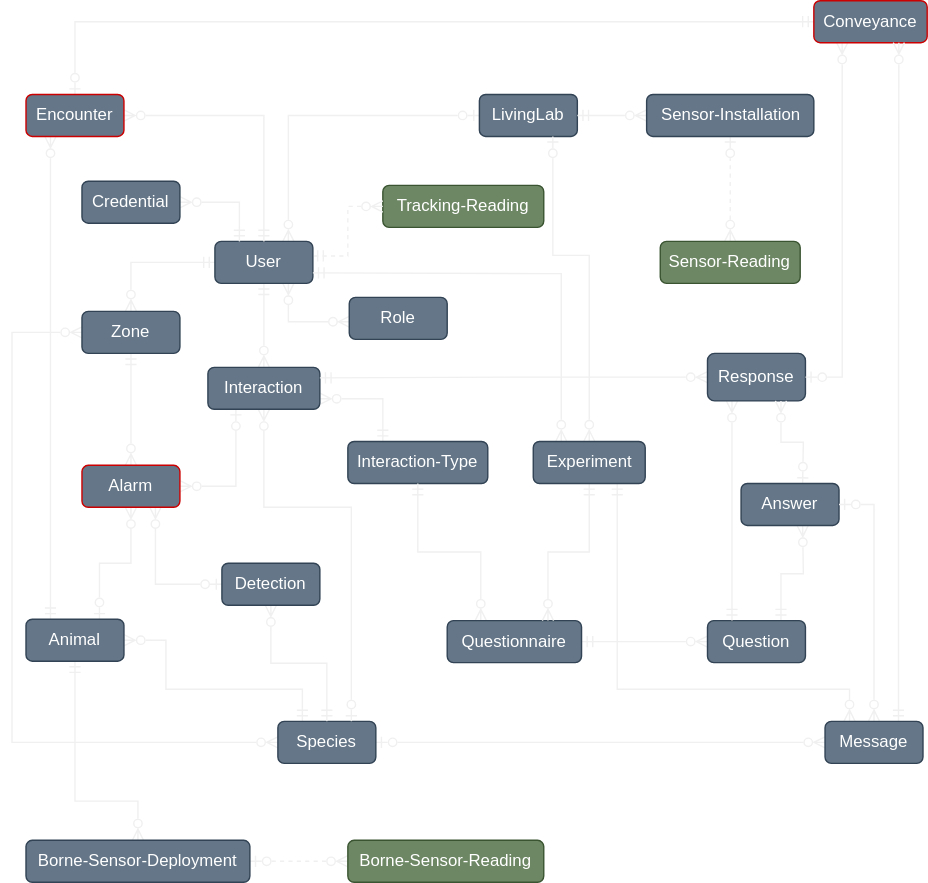
Earlier version of the draw.io export EntityRelationDiagram.svg (UtrechtUniversity/wildlifenl). Source tidied: cells renumbered, new cells last; positions are measured from the earlier drawing's top-left corner, leaving out a move shared by most shapes.
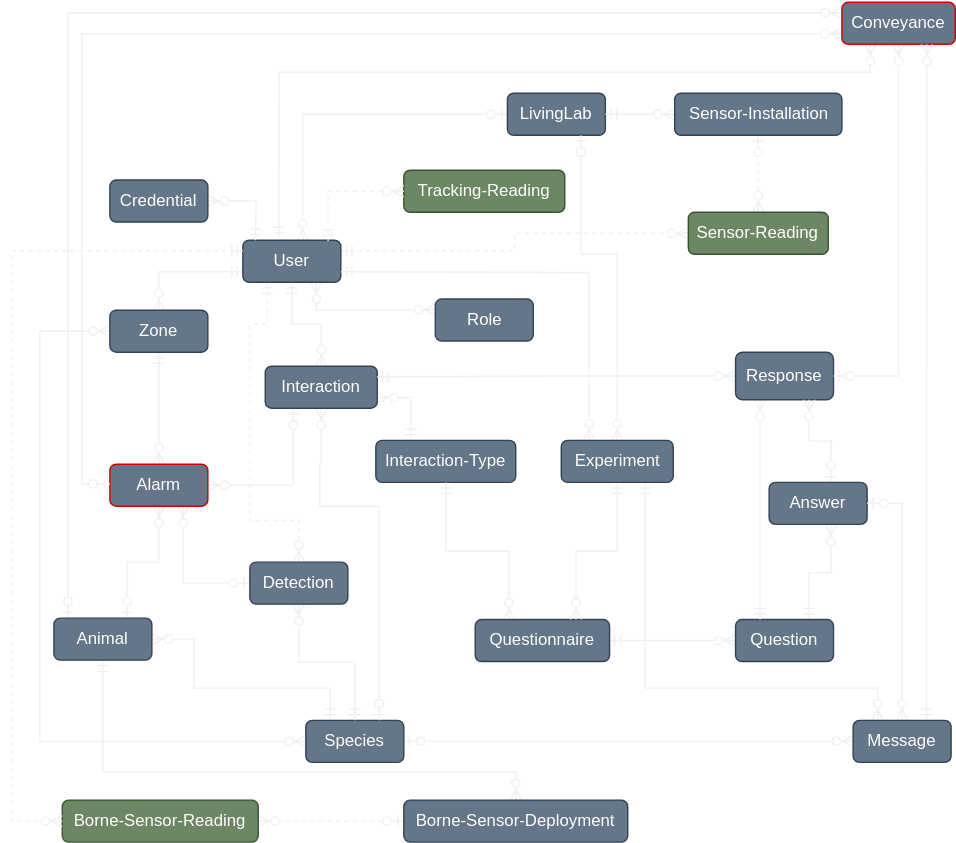
Later version of the same file.

Change to the diagram source:
```diff
@@ -2,23 +2,31 @@
   <root>
     <mxCell id="0" />
     <mxCell id="1" parent="0" />
-    <mxCell id="2" style="edgeStyle=orthogonalEdgeStyle;rounded=0;jettySize=auto;html=1;entryX=0.005;entryY=0.581;entryDx=0;entryDy=0;startArrow=ERzeroToMany;startFill=0;endArrow=ERzeroToMany;endFill=0;exitX=0.75;exitY=1;exitDx=0;exitDy=0;entryPerimeter=0;" parent="1" edge="1" source="6" target="7">
-      <mxGeometry relative="1" as="geometry" />
+    <mxCell id="2" style="edgeStyle=orthogonalEdgeStyle;rounded=0;jettySize=auto;html=1;startArrow=ERzeroToMany;startFill=0;endArrow=ERzeroToMany;endFill=0;exitX=0.75;exitY=1;exitDx=0;exitDy=0;entryX=0;entryY=0.25;entryDx=0;entryDy=0;" parent="1" edge="1" source="6" target="7">
+      <mxGeometry relative="1" as="geometry">
+        <Array as="points">
+          <mxPoint x="198" y="222" />
+          <mxPoint x="250" y="222" />
+        </Array>
+      </mxGeometry>
     </mxCell>
-    <mxCell id="3" style="edgeStyle=orthogonalEdgeStyle;rounded=0;jettySize=auto;html=1;entryX=0.5;entryY=0;entryDx=0;entryDy=0;endArrow=ERzeroToMany;endFill=0;startArrow=ERmandOne;startFill=0;" parent="1" edge="1" source="6" target="10">
+    <mxCell id="3" style="edgeStyle=orthogonalEdgeStyle;rounded=0;jettySize=auto;html=1;entryX=0.5;entryY=0;entryDx=0;entryDy=0;endArrow=ERzeroToMany;endFill=0;startArrow=ERmandOne;startFill=0;exitX=0;exitY=0.75;exitDx=0;exitDy=0;" parent="1" edge="1" source="6" target="10">
       <mxGeometry relative="1" as="geometry" />
     </mxCell>
     <mxCell id="4" style="edgeStyle=orthogonalEdgeStyle;rounded=0;jettySize=auto;html=1;entryX=0.5;entryY=0;entryDx=0;entryDy=0;endArrow=ERzeroToMany;endFill=0;startArrow=ERmandOne;startFill=0;" parent="1" edge="1" source="6" target="26">
       <mxGeometry relative="1" as="geometry" />
     </mxCell>
-    <mxCell id="5" style="edgeStyle=orthogonalEdgeStyle;rounded=0;jettySize=auto;html=1;entryX=0;entryY=0.5;entryDx=0;entryDy=0;exitX=0.75;exitY=0;exitDx=0;exitDy=0;endArrow=ERzeroToOne;endFill=0;startArrow=ERzeroToMany;startFill=0;" parent="1" edge="1" source="6" target="11">
+    <mxCell id="5" style="edgeStyle=orthogonalEdgeStyle;rounded=0;jettySize=auto;html=1;entryX=0;entryY=0.5;entryDx=0;entryDy=0;exitX=0.61;exitY=0.004;exitDx=0;exitDy=0;endArrow=ERzeroToOne;endFill=0;startArrow=ERzeroToMany;startFill=0;exitPerimeter=0;" parent="1" edge="1" source="6" target="11">
       <mxGeometry relative="1" as="geometry" />
     </mxCell>
+    <mxCell id="62" style="edgeStyle=orthogonalEdgeStyle;rounded=0;jettySize=auto;html=1;entryX=0;entryY=0.5;entryDx=0;entryDy=0;endArrow=ERzeroToMany;endFill=0;startArrow=ERmandOne;startFill=0;dashed=1;exitX=1;exitY=0.25;exitDx=0;exitDy=0;" parent="1" edge="1" source="6" target="33">
+      <mxGeometry relative="1" as="geometry" />
+    </mxCell>
     <mxCell id="6" value="User" style="rounded=1;whiteSpace=wrap;html=1;fillColor=#647687;fontColor=#ffffff;strokeColor=#314354;" parent="1" vertex="1">
       <mxGeometry x="145" y="172" width="70" height="30" as="geometry" />
     </mxCell>
     <mxCell id="7" value="Role" style="rounded=1;whiteSpace=wrap;html=1;fillColor=#647687;fontColor=#ffffff;strokeColor=#314354;" parent="1" vertex="1">
-      <mxGeometry x="241" y="212" width="70" height="30" as="geometry" />
+      <mxGeometry x="282.5" y="214" width="70" height="30" as="geometry" />
     </mxCell>
     <mxCell id="8" style="edgeStyle=orthogonalEdgeStyle;rounded=0;jettySize=auto;html=1;entryX=0.5;entryY=0;entryDx=0;entryDy=0;endArrow=ERzeroToMany;endFill=0;startArrow=ERmandOne;startFill=0;" parent="1" edge="1" source="10" target="15">
       <mxGeometry relative="1" as="geometry" />
@@ -58,25 +66,29 @@
         </Array>
       </mxGeometry>
     </mxCell>
-    <mxCell id="17" style="edgeStyle=orthogonalEdgeStyle;rounded=0;jettySize=auto;html=1;entryX=0;entryY=0.5;entryDx=0;entryDy=0;endArrow=ERzeroToMany;endFill=0;startArrow=ERzeroToOne;startFill=0;exitX=1;exitY=0.5;exitDx=0;exitDy=0;dashed=1;" parent="1" edge="1" source="50" target="21">
+    <mxCell id="17" style="edgeStyle=orthogonalEdgeStyle;rounded=0;jettySize=auto;html=1;entryX=1;entryY=0.5;entryDx=0;entryDy=0;endArrow=ERzeroToMany;endFill=0;startArrow=ERzeroToOne;startFill=0;exitX=0;exitY=0.5;exitDx=0;exitDy=0;dashed=1;" parent="1" edge="1" source="50" target="21">
       <mxGeometry relative="1" as="geometry" />
     </mxCell>
-    <mxCell id="18" style="edgeStyle=orthogonalEdgeStyle;rounded=0;jettySize=auto;html=1;entryX=0.5;entryY=0;entryDx=0;entryDy=0;startArrow=ERmandOne;startFill=0;endArrow=ERzeroToMany;endFill=0;" parent="1" edge="1" source="20" target="50">
+    <mxCell id="18" style="edgeStyle=orthogonalEdgeStyle;rounded=0;jettySize=auto;html=1;startArrow=ERmandOne;startFill=0;endArrow=ERzeroToMany;endFill=0;entryX=0.5;entryY=0;entryDx=0;entryDy=0;" parent="1" edge="1" source="20" target="50">
       <mxGeometry relative="1" as="geometry">
         <Array as="points">
-          <mxPoint x="45" y="572" />
-          <mxPoint x="90" y="572" />
+          <mxPoint x="45" y="552" />
+          <mxPoint x="340" y="552" />
         </Array>
       </mxGeometry>
     </mxCell>
-    <mxCell id="19" style="edgeStyle=orthogonalEdgeStyle;rounded=0;jettySize=auto;html=1;entryX=0.25;entryY=1;entryDx=0;entryDy=0;exitX=0.25;exitY=0;exitDx=0;exitDy=0;endArrow=ERzeroToMany;endFill=0;startArrow=ERmandOne;startFill=0;" parent="1" edge="1" source="20" target="43">
-      <mxGeometry relative="1" as="geometry" />
-    </mxCell>
+    <mxCell id="63" style="edgeStyle=orthogonalEdgeStyle;rounded=0;jettySize=auto;html=1;entryX=0;entryY=0.25;entryDx=0;entryDy=0;endArrow=ERzeroToMany;endFill=0;startArrow=ERzeroToOne;startFill=0;" parent="1" edge="1" source="20" target="45">
+      <mxGeometry relative="1" as="geometry">
+        <Array as="points">
+          <mxPoint x="20" y="10" />
+        </Array>
+      </mxGeometry>
+    </mxCell>
     <mxCell id="20" value="Animal" style="rounded=1;whiteSpace=wrap;html=1;fillColor=#647687;fontColor=#ffffff;strokeColor=#314354;" parent="1" vertex="1">
       <mxGeometry x="10" y="442" width="70" height="30" as="geometry" />
     </mxCell>
     <mxCell id="21" value="Borne-Sensor-Reading" style="rounded=1;whiteSpace=wrap;html=1;fillColor=#6d8764;strokeColor=#3A5431;fontColor=#ffffff;" parent="1" vertex="1">
-      <mxGeometry x="240" y="600" width="140" height="30" as="geometry" />
+      <mxGeometry x="16" y="572" width="140" height="30" as="geometry" />
     </mxCell>
     <mxCell id="22" style="edgeStyle=orthogonalEdgeStyle;rounded=0;jettySize=auto;html=1;entryX=0;entryY=0.5;entryDx=0;entryDy=0;endArrow=ERzeroToMany;endFill=0;startArrow=ERzeroToOne;startFill=0;" parent="1" edge="1" source="23" target="49">
       <mxGeometry relative="1" as="geometry" />
@@ -84,10 +96,12 @@
     <mxCell id="23" value="Species" style="rounded=1;whiteSpace=wrap;html=1;fillColor=#647687;fontColor=#ffffff;strokeColor=#314354;" parent="1" vertex="1">
       <mxGeometry x="190" y="515" width="70" height="30" as="geometry" />
     </mxCell>
-    <mxCell id="24" style="edgeStyle=orthogonalEdgeStyle;rounded=0;jettySize=auto;html=1;entryX=0.75;entryY=0;entryDx=0;entryDy=0;endArrow=ERzeroToOne;endFill=0;startArrow=ERzeroToMany;startFill=0;" parent="1" edge="1" source="26" target="23">
+    <mxCell id="24" style="edgeStyle=orthogonalEdgeStyle;rounded=0;jettySize=auto;html=1;entryX=0.75;entryY=0;entryDx=0;entryDy=0;endArrow=ERzeroToOne;endFill=0;startArrow=ERzeroToMany;startFill=0;exitX=0.5;exitY=1;exitDx=0;exitDy=0;" parent="1" edge="1" source="26" target="23">
       <mxGeometry relative="1" as="geometry">
         <Array as="points">
-          <mxPoint x="180" y="362" />
+          <mxPoint x="201" y="332" />
+          <mxPoint x="200" y="332" />
+          <mxPoint x="200" y="362" />
           <mxPoint x="243" y="362" />
         </Array>
       </mxGeometry>
@@ -96,7 +110,7 @@
       <mxGeometry relative="1" as="geometry" />
     </mxCell>
     <mxCell id="26" value="Interaction" style="rounded=1;whiteSpace=wrap;html=1;fillColor=#647687;fontColor=#ffffff;strokeColor=#314354;" parent="1" vertex="1">
-      <mxGeometry x="140" y="262" width="80" height="30" as="geometry" />
+      <mxGeometry x="161" y="262" width="80" height="30" as="geometry" />
     </mxCell>
     <mxCell id="27" value="Interaction-Type" style="rounded=1;whiteSpace=wrap;html=1;fillColor=#647687;fontColor=#ffffff;strokeColor=#314354;" parent="1" vertex="1">
       <mxGeometry x="240" y="315" width="100" height="30" as="geometry" />
@@ -117,7 +131,7 @@
       <mxGeometry relative="1" as="geometry" />
     </mxCell>
     <mxCell id="33" value="Sensor-Reading" style="rounded=1;whiteSpace=wrap;html=1;fillColor=#6d8764;strokeColor=#3A5431;fontColor=#ffffff;" parent="1" vertex="1">
-      <mxGeometry x="463.2" y="172" width="100" height="30" as="geometry" />
+      <mxGeometry x="463.2" y="152" width="100" height="30" as="geometry" />
     </mxCell>
     <mxCell id="34" style="edgeStyle=orthogonalEdgeStyle;rounded=0;jettySize=auto;html=1;entryX=0.5;entryY=1;entryDx=0;entryDy=0;endArrow=ERzeroToMany;endFill=0;startArrow=ERmandOne;startFill=0;exitX=0.75;exitY=0;exitDx=0;exitDy=0;" parent="1" edge="1" source="35">
       <mxGeometry relative="1" as="geometry">
@@ -144,20 +158,28 @@
     <mxCell id="40" value="Answer" style="rounded=1;whiteSpace=wrap;html=1;fillColor=#647687;fontColor=#ffffff;strokeColor=#314354;" parent="1" vertex="1">
       <mxGeometry x="521" y="345" width="70" height="30" as="geometry" />
     </mxCell>
-    <mxCell id="41" style="edgeStyle=orthogonalEdgeStyle;rounded=0;jettySize=auto;html=1;entryX=0.5;entryY=0;entryDx=0;entryDy=0;endArrow=ERmandOne;endFill=0;startArrow=ERzeroToMany;startFill=0;" parent="1" edge="1" source="43" target="6">
-      <mxGeometry relative="1" as="geometry" />
+    <mxCell id="41" style="edgeStyle=orthogonalEdgeStyle;rounded=0;jettySize=auto;html=1;endArrow=ERmandOne;endFill=0;startArrow=ERzeroToMany;startFill=0;entryX=0.368;entryY=-0.041;entryDx=0;entryDy=0;entryPerimeter=0;exitX=0.25;exitY=1;exitDx=0;exitDy=0;" parent="1" edge="1" source="45" target="6">
+      <mxGeometry relative="1" as="geometry">
+        <Array as="points">
+          <mxPoint x="593" y="52" />
+          <mxPoint x="171" y="52" />
+        </Array>
+      </mxGeometry>
     </mxCell>
-    <mxCell id="42" style="edgeStyle=orthogonalEdgeStyle;rounded=0;jettySize=auto;html=1;entryX=0;entryY=0.5;entryDx=0;entryDy=0;endArrow=ERmandOne;endFill=0;startArrow=ERzeroToOne;startFill=0;exitX=0.5;exitY=0;exitDx=0;exitDy=0;" parent="1" edge="1" source="43" target="45">
-      <mxGeometry relative="1" as="geometry" />
+    <mxCell id="42" style="edgeStyle=orthogonalEdgeStyle;rounded=0;jettySize=auto;html=1;endArrow=ERzeroToMany;endFill=0;startArrow=ERzeroToOne;startFill=0;exitX=0;exitY=0.5;exitDx=0;exitDy=0;entryX=0;entryY=0.75;entryDx=0;entryDy=0;" parent="1" edge="1" target="45">
+      <mxGeometry relative="1" as="geometry">
+        <mxPoint x="50" y="346" as="sourcePoint" />
+        <Array as="points">
+          <mxPoint x="30" y="346" />
+          <mxPoint x="30" y="25" />
+        </Array>
+      </mxGeometry>
     </mxCell>
-    <mxCell id="43" value="Encounter" style="rounded=1;whiteSpace=wrap;html=1;fillColor=#647687;strokeColor=#CC0000;fontColor=#ffffff;" parent="1" vertex="1">
-      <mxGeometry x="10" y="67" width="70" height="30" as="geometry" />
-    </mxCell>
-    <mxCell id="44" style="edgeStyle=orthogonalEdgeStyle;rounded=0;jettySize=auto;html=1;entryX=1;entryY=0.5;entryDx=0;entryDy=0;exitX=0.25;exitY=1;exitDx=0;exitDy=0;endArrow=ERzeroToOne;endFill=0;startArrow=ERzeroToMany;startFill=0;" parent="1" edge="1" source="45" target="38">
+    <mxCell id="44" style="edgeStyle=orthogonalEdgeStyle;rounded=0;jettySize=auto;html=1;entryX=1;entryY=0.5;entryDx=0;entryDy=0;exitX=0.5;exitY=1;exitDx=0;exitDy=0;endArrow=ERzeroToOne;endFill=0;startArrow=ERzeroToMany;startFill=0;" parent="1" edge="1" source="45" target="38">
       <mxGeometry relative="1" as="geometry" />
     </mxCell>
     <mxCell id="45" value="Conveyance" style="rounded=1;whiteSpace=wrap;html=1;fillColor=#647687;fontColor=#ffffff;strokeColor=#CC0000;" parent="1" vertex="1">
-      <mxGeometry x="573" width="81" height="30" as="geometry" />
+      <mxGeometry x="573" y="2" width="81" height="30" as="geometry" />
     </mxCell>
     <mxCell id="46" style="edgeStyle=orthogonalEdgeStyle;rounded=0;jettySize=auto;html=1;entryX=1;entryY=0.5;entryDx=0;entryDy=0;exitX=0.5;exitY=0;exitDx=0;exitDy=0;endArrow=ERzeroToOne;endFill=0;startArrow=ERzeroToMany;startFill=0;" parent="1" edge="1" source="49" target="40">
       <mxGeometry relative="1" as="geometry" />
@@ -177,20 +199,30 @@
       <mxGeometry x="581" y="515" width="70" height="30" as="geometry" />
     </mxCell>
     <mxCell id="50" value="Borne-Sensor-Deployment" style="rounded=1;whiteSpace=wrap;html=1;fillColor=#647687;fontColor=#ffffff;strokeColor=#314354;" parent="1" vertex="1">
-      <mxGeometry x="10" y="600" width="160" height="30" as="geometry" />
+      <mxGeometry x="260" y="572" width="160" height="30" as="geometry" />
     </mxCell>
     <mxCell id="51" value="Sensor-Installation" style="rounded=1;whiteSpace=wrap;html=1;fillColor=#647687;fontColor=#ffffff;strokeColor=#314354;" parent="1" vertex="1">
       <mxGeometry x="453.5" y="67" width="119.5" height="30" as="geometry" />
     </mxCell>
     <mxCell id="52" value="Tracking-Reading" style="rounded=1;whiteSpace=wrap;html=1;fillColor=#6d8764;strokeColor=#3A5431;fontColor=#ffffff;" parent="1" vertex="1">
-      <mxGeometry x="265" y="132" width="115" height="30" as="geometry" />
+      <mxGeometry x="260" y="122" width="115" height="30" as="geometry" />
     </mxCell>
-    <mxCell id="53" style="edgeStyle=orthogonalEdgeStyle;rounded=0;jettySize=auto;html=1;entryX=0.992;entryY=0.347;entryDx=0;entryDy=0;entryPerimeter=0;endArrow=ERmandOne;endFill=0;startArrow=ERzeroToMany;startFill=0;dashed=1;" parent="1" edge="1" source="52" target="6">
+    <mxCell id="53" style="edgeStyle=orthogonalEdgeStyle;rounded=0;jettySize=auto;html=1;endArrow=ERmandOne;endFill=0;startArrow=ERzeroToMany;startFill=0;dashed=1;entryX=0.87;entryY=0.019;entryDx=0;entryDy=0;entryPerimeter=0;" parent="1" edge="1" source="52" target="6">
       <mxGeometry relative="1" as="geometry" />
     </mxCell>
     <mxCell id="54" style="edgeStyle=orthogonalEdgeStyle;rounded=0;jettySize=auto;html=1;entryX=0.5;entryY=0;entryDx=0;entryDy=0;endArrow=ERmandOne;endFill=0;startArrow=ERzeroToMany;startFill=0;" parent="1" edge="1" source="55" target="23">
       <mxGeometry relative="1" as="geometry" />
     </mxCell>
+    <mxCell id="64" style="edgeStyle=orthogonalEdgeStyle;rounded=0;jettySize=auto;html=1;entryX=0.25;entryY=1;entryDx=0;entryDy=0;endArrow=ERmandOne;endFill=0;startArrow=ERzeroToMany;startFill=0;dashed=1;" parent="1" edge="1" source="55" target="6">
+      <mxGeometry relative="1" as="geometry">
+        <Array as="points">
+          <mxPoint x="185" y="372" />
+          <mxPoint x="150" y="372" />
+          <mxPoint x="150" y="232" />
+          <mxPoint x="163" y="232" />
+        </Array>
+      </mxGeometry>
+    </mxCell>
     <mxCell id="55" value="Detection" style="rounded=1;whiteSpace=wrap;html=1;fillColor=#647687;fontColor=#ffffff;strokeColor=#314354;" parent="1" vertex="1">
       <mxGeometry x="150" y="402" width="70" height="30" as="geometry" />
     </mxCell>
@@ -200,8 +232,8 @@
     <mxCell id="57" style="edgeStyle=orthogonalEdgeStyle;rounded=0;jettySize=auto;html=1;entryX=0.75;entryY=1;entryDx=0;entryDy=0;endArrow=ERzeroToOne;endFill=0;startArrow=ERzeroToMany;startFill=0;exitX=0.5;exitY=0;exitDx=0;exitDy=0;" parent="1" edge="1" source="59" target="11">
       <mxGeometry relative="1" as="geometry">
         <Array as="points">
-          <mxPoint x="413" y="182" />
-          <mxPoint x="387" y="182" />
+          <mxPoint x="412" y="182" />
+          <mxPoint x="386" y="182" />
         </Array>
       </mxGeometry>
     </mxCell>
@@ -216,11 +248,21 @@
     <mxCell id="59" value="Experiment" style="rounded=1;whiteSpace=wrap;html=1;fillColor=#647687;fontColor=#ffffff;strokeColor=#314354;" parent="1" vertex="1">
       <mxGeometry x="372.5" y="315" width="80" height="30" as="geometry" />
     </mxCell>
-    <mxCell id="60" style="edgeStyle=orthogonalEdgeStyle;rounded=0;jettySize=auto;html=1;entryX=0.25;entryY=0;entryDx=0;entryDy=0;endArrow=ERmandOne;endFill=0;startArrow=ERzeroToMany;startFill=0;" parent="1" edge="1" source="61" target="6">
-      <mxGeometry relative="1" as="geometry" />
+    <mxCell id="60" style="edgeStyle=orthogonalEdgeStyle;rounded=0;jettySize=auto;html=1;endArrow=ERmandOne;endFill=0;startArrow=ERzeroToMany;startFill=0;" parent="1" edge="1" source="61">
+      <mxGeometry relative="1" as="geometry">
+        <mxPoint x="154" y="172" as="targetPoint" />
+      </mxGeometry>
     </mxCell>
     <mxCell id="61" value="Credential" style="rounded=1;whiteSpace=wrap;html=1;fillColor=#647687;fontColor=#ffffff;strokeColor=#314354;" parent="1" vertex="1">
       <mxGeometry x="50" y="129" width="70" height="30" as="geometry" />
     </mxCell>
+    <mxCell id="65" style="edgeStyle=orthogonalEdgeStyle;rounded=0;jettySize=auto;html=1;endArrow=ERzeroToMany;endFill=0;startArrow=ERmandOne;startFill=0;exitX=0;exitY=0.25;exitDx=0;exitDy=0;dashed=1;entryX=0;entryY=0.5;entryDx=0;entryDy=0;" parent="1" edge="1" source="6" target="21">
+      <mxGeometry relative="1" as="geometry">
+        <Array as="points">
+          <mxPoint x="-20" y="180" />
+          <mxPoint x="-20" y="587" />
+        </Array>
+      </mxGeometry>
+    </mxCell>
   </root>
 </mxGraphModel>
```
